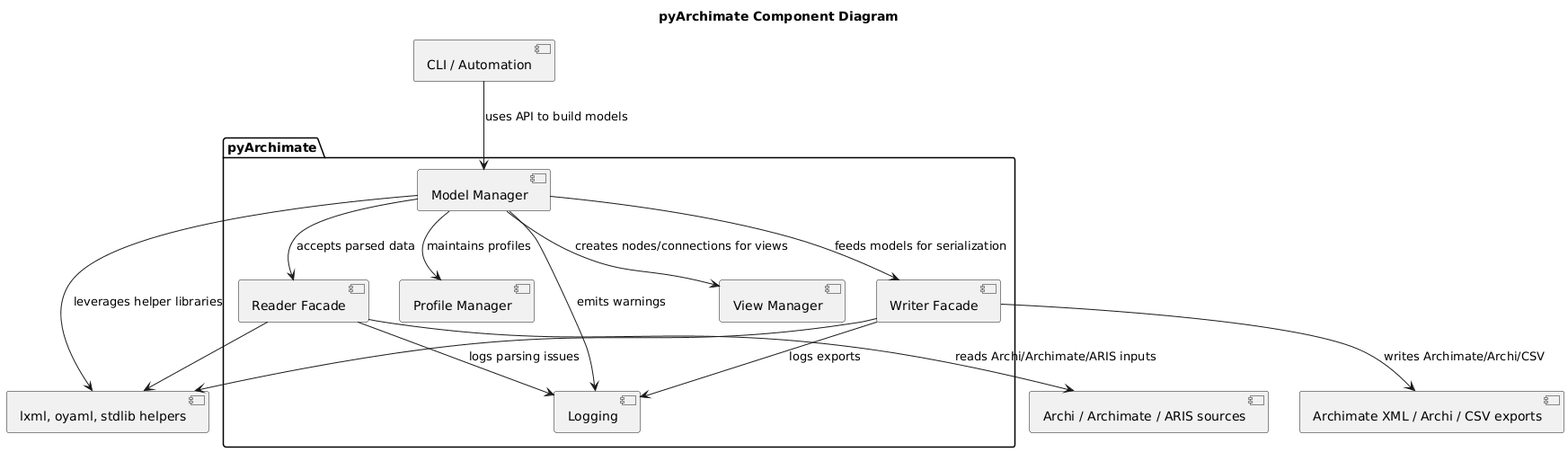
Before: docs/diagrams/component.png, a diagram exported from PlantUML (pyArchimate/pyArchimate).
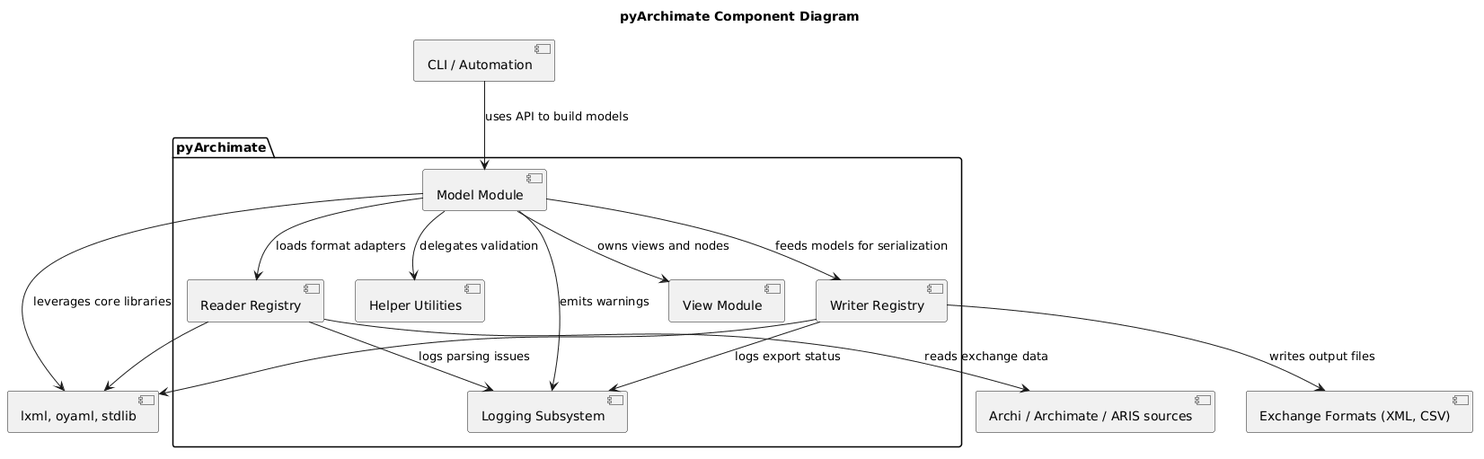
After the change.

Change to the diagram source:
```diff
@@ -2,29 +2,29 @@
 title pyArchimate Component Diagram
 
 package "pyArchimate" {
-  component "Model Manager" as ModelManager
-  component "View Manager" as ViewManager
-  component "Reader Facade" as ReaderFacade
-  component "Writer Facade" as WriterFacade
-  component "Profile Manager" as ProfileHelper
-  component "Logging" as Logging
+  component "Model Module" as ModelMod
+  component "View Module" as ViewMod
+  component "Reader Registry" as ReaderRegistry
+  component "Writer Registry" as WriterRegistry
+  component "Helper Utilities" as Helpers
+  component "Logging Subsystem" as Logging
 }
 component "CLI / Automation" as CLI
 component "Archi / Archimate / ARIS sources" as Sources
-component "Archimate XML / Archi / CSV exports" as Exports
-component "lxml, oyaml, stdlib helpers" as Dependencies
+component "Exchange Formats (XML, CSV)" as Exports
+component "lxml, oyaml, stdlib" as Dependencies
 
-CLI --> ModelManager : uses API to build models
-ModelManager --> ViewManager : creates nodes/connections for views
-ModelManager --> ReaderFacade : accepts parsed data
-ModelManager --> WriterFacade : feeds models for serialization
-ModelManager --> ProfileHelper : maintains profiles
-ModelManager --> Logging : emits warnings
-ReaderFacade --> Logging : logs parsing issues
-WriterFacade --> Logging : logs exports
-ReaderFacade --> Sources : reads Archi/Archimate/ARIS inputs
-WriterFacade --> Exports : writes Archimate/Archi/CSV
-ModelManager --> Dependencies : leverages helper libraries
-ReaderFacade --> Dependencies
-WriterFacade --> Dependencies
+CLI --> ModelMod : uses API to build models
+ModelMod --> ViewMod : owns views and nodes
+ModelMod --> ReaderRegistry : loads format adapters
+ModelMod --> WriterRegistry : feeds models for serialization
+ModelMod --> Helpers : delegates validation
+ModelMod --> Logging : emits warnings
+ReaderRegistry --> Logging : logs parsing issues
+WriterRegistry --> Logging : logs export status
+ReaderRegistry --> Sources : reads exchange data
+WriterRegistry --> Exports : writes output files
+ModelMod --> Dependencies : leverages core libraries
+ReaderRegistry --> Dependencies
+WriterRegistry --> Dependencies
 @enduml
```
